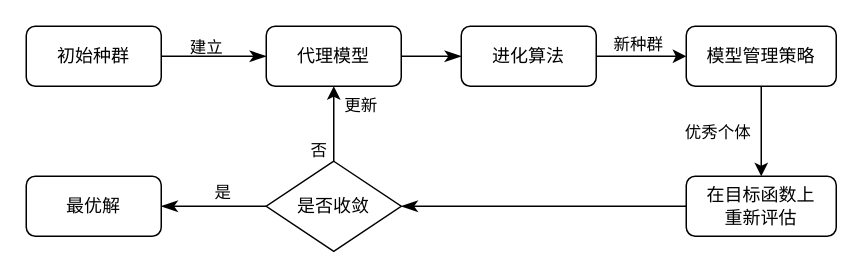
Above: SAEA.drawio in GushanFall/draw.io (draw.io), before the change. Source tidied: cells renumbered, new cells numbered last; positions are measured from the earlier drawing's top-left corner, leaving out a move shared by most shapes. Both pictures are drawn from the tidied source at 150%, with x=0, y=0 at pixel (26, 26).
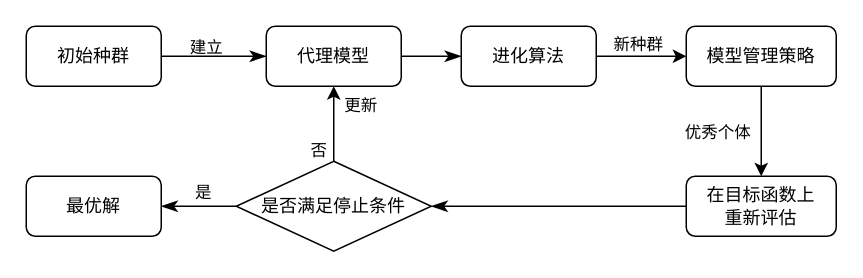
Above is the later version.

The edit, as a diff of the source:
```diff
@@
-    <mxCell id="17" value="是否收敛" style="rhombus;whiteSpace=wrap;html=1;rounded=0;" parent="1" vertex="1">
-      <mxGeometry x="160" y="90" width="90" height="60" as="geometry" />
+    <mxCell id="17" value="是否满足停止条件" style="rhombus;whiteSpace=wrap;html=1;rounded=0;" parent="1" vertex="1">
+      <mxGeometry x="140" y="90" width="130" height="60" as="geometry" />
     </mxCell>
```
